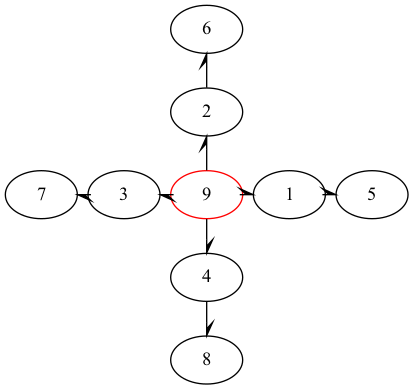
Earlier version of the Graphviz export DFS.png (zobuj/OpenFlights-CS225-FinalProject). Its source is kept beside it as DFS.dot. Source of this version:
```dot
digraph {
overlap=false;
fontsize=6;
normalize=true;
ranksep=3;
height=0.1;
9[color="red"]
9->1[arrowhead=halfopen]
1->5[arrowhead=halfopen]
9->2[arrowhead=halfopen]
2->6[arrowhead=halfopen]
9->3[arrowhead=halfopen]
3->7[arrowhead=halfopen]
9->4[arrowhead=halfopen]
4->8[arrowhead=halfopen]
}
```
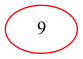
The same diagram one commit later.

Change to the diagram source:
```diff
@@ -5,12 +5,4 @@
 ranksep=3;
 height=0.1;
 9[color="red"]
-9->1[arrowhead=halfopen]
-1->5[arrowhead=halfopen]
-9->2[arrowhead=halfopen]
-2->6[arrowhead=halfopen]
-9->3[arrowhead=halfopen]
-3->7[arrowhead=halfopen]
-9->4[arrowhead=halfopen]
-4->8[arrowhead=halfopen]
 }
```
